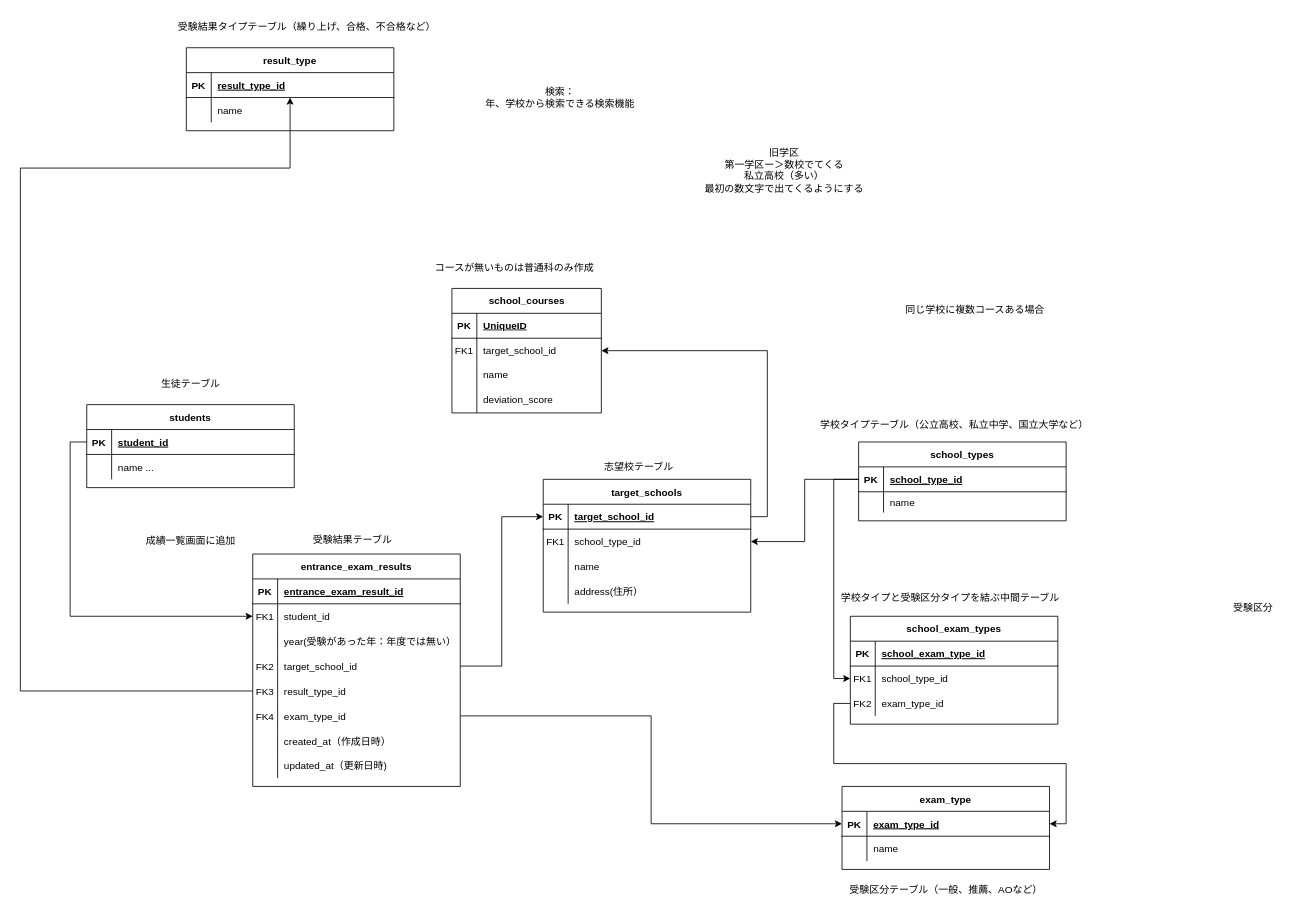
This is registration_of_result_of_entracne_exam.drawio from satoru817/4eachkeijiban, a draw.io file, before an edit. Source tidied: cells renumbered, new cells numbered last; positions are measured from the earlier drawing's top-left corner, leaving out a move shared by most shapes. Both pictures are drawn from the tidied source at 83%, with x=0, y=0 at pixel (20, 14).
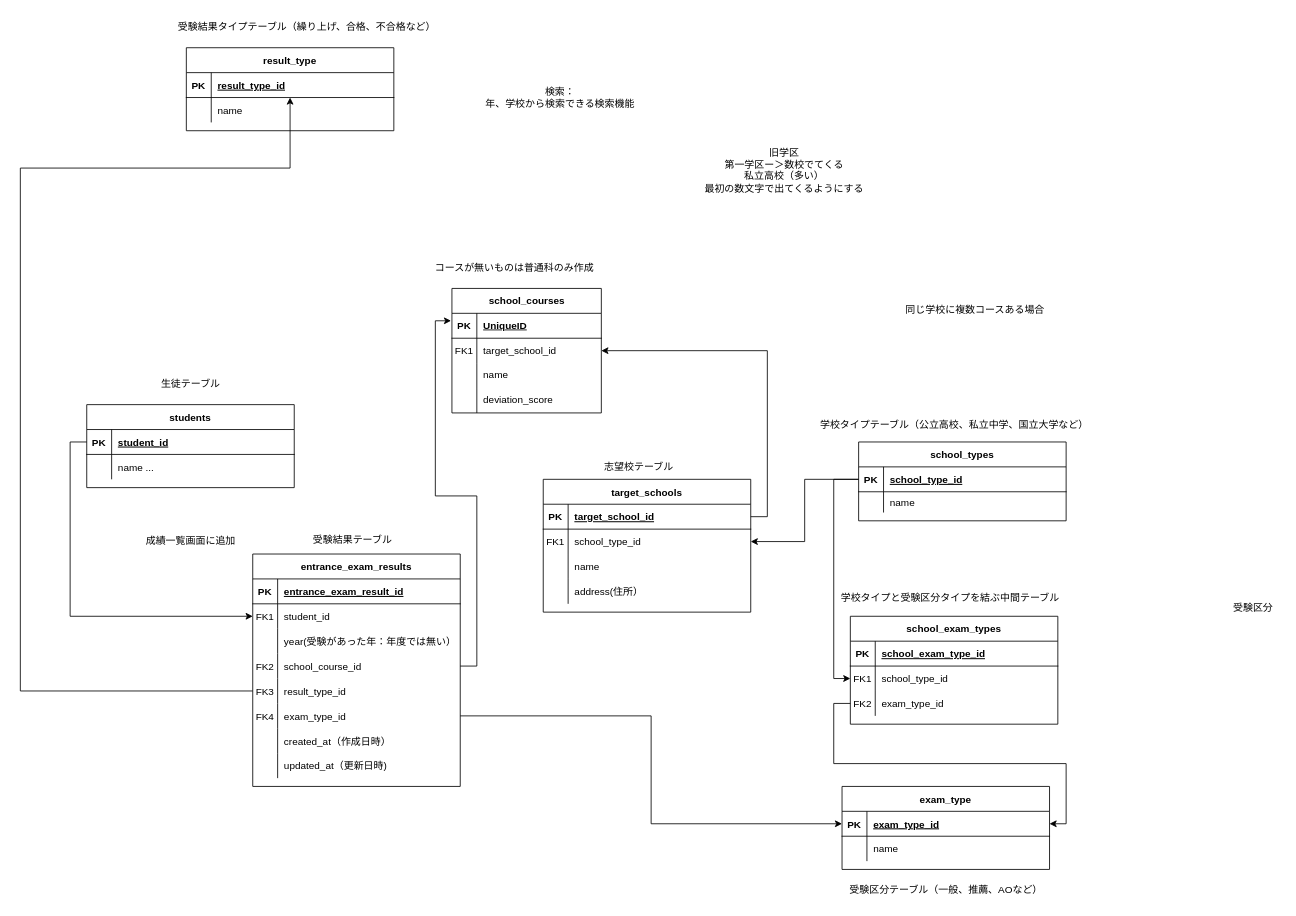
The same diagram, later.

Commit message:
registration_of_result_of_entracne_exam.drawio を更新します

The change refers to these unchanged cells:
```xml
<mxCell id="3" style="shape=partialRectangle;fillColor=none;points=[[0,0.5],[1,0.5]];portConstraint=eastwest;top=0;left=0;right=0;bottom=1;" parent="2" vertex="1">
  <mxGeometry y="30" width="250" height="30" as="geometry" />
</mxCell>
<mxCell id="55" style="shape=partialRectangle;fillColor=none;points=[[0,0.5],[1,0.5]];portConstraint=eastwest;top=0;left=0;right=0;bottom=0;" parent="45" vertex="1">
  <mxGeometry y="120" width="250" height="30" as="geometry" />
</mxCell>
<mxCell id="96" style="shape=tableRow;horizontal=0;startSize=0;swimlaneHead=0;swimlaneBody=0;fillColor=none;points=[[0,0.5],[1,0.5]];portConstraint=eastwest;top=0;left=0;right=0;bottom=1;" parent="95" vertex="1">
  <mxGeometry y="30" width="180" height="30" as="geometry" />
</mxCell>
```

The edit, as a diff of the source:
```diff
@@
-    <mxCell id="57" value="target_school_id" style="shape=partialRectangle;overflow=hidden;fillColor=none;top=0;left=0;bottom=0;right=0;align=left;spacingLeft=6;" parent="55" vertex="1">
+    <mxCell id="57" value="school_course_id" style="shape=partialRectangle;overflow=hidden;fillColor=none;top=0;left=0;bottom=0;right=0;align=left;spacingLeft=6;" parent="55" vertex="1">
       <mxGeometry x="30" width="220" height="30" as="geometry" />
     </mxCell>
@@
-    <mxCell id="84" style="edgeStyle=orthogonalEdgeStyle;rounded=0;jettySize=auto;html=1;exitX=1;exitY=0.5;exitDx=0;exitDy=0;entryX=0;entryY=0.5;entryDx=0;entryDy=0;" parent="1" edge="1" source="55" target="3">
-      <mxGeometry relative="1" as="geometry" />
-    </mxCell>
@@
+    <mxCell id="112" style="edgeStyle=orthogonalEdgeStyle;rounded=0;jettySize=auto;html=1;exitX=1;exitY=0.5;exitDx=0;exitDy=0;entryX=-0.006;entryY=0.3;entryDx=0;entryDy=0;entryPerimeter=0;" parent="1" edge="1" source="55" target="96">
+      <mxGeometry relative="1" as="geometry" />
+    </mxCell>
```
